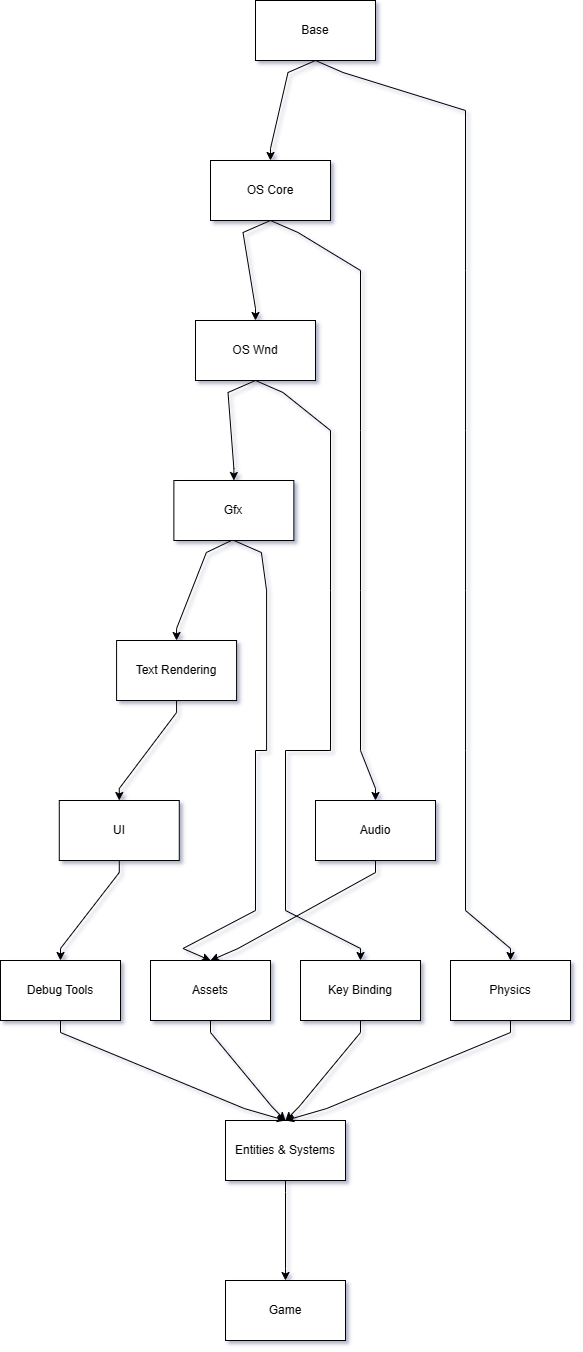
The draw.io diagram game_layers_1.png in Condzi/hi, before a commit. Source tidied: cells renumbered, new cells last; positions are measured from the earlier drawing's top-left corner, leaving out a move shared by most shapes.
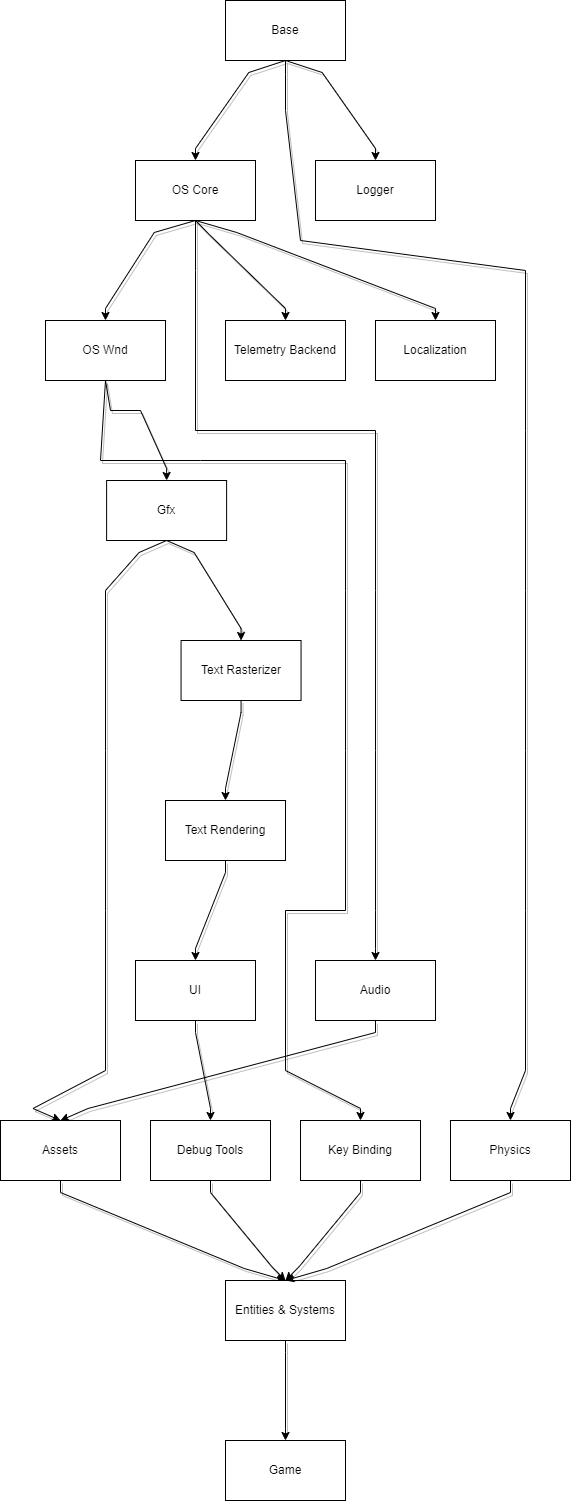
After the commit.

The edit, as a diff of the source:
```diff
@@ -2,198 +2,251 @@
   <root>
     <mxCell id="0" />
     <mxCell id="1" parent="0" />
-    <mxCell id="2" style="edgeStyle=orthogonalEdgeStyle;rounded=0;jettySize=auto;html=1;exitX=0.5;exitY=1;exitDx=0;exitDy=0;entryX=0.5;entryY=0;entryDx=0;entryDy=0;noEdgeStyle=1;orthogonal=1;" parent="1" edge="1" source="4" target="7">
+    <mxCell id="2" style="edgeStyle=orthogonalEdgeStyle;rounded=0;jettySize=auto;html=1;exitX=0.5;exitY=1;exitDx=0;exitDy=0;entryX=0.5;entryY=0;entryDx=0;entryDy=0;orthogonal=1;shadow=1;noEdgeStyle=1;" parent="1" edge="1" source="4" target="7">
       <mxGeometry relative="1" as="geometry">
         <Array as="points">
-          <mxPoint x="287.5" y="72" />
-          <mxPoint x="270" y="148" />
+          <mxPoint x="248.3" y="72" />
+          <mxPoint x="195" y="148" />
         </Array>
       </mxGeometry>
     </mxCell>
-    <mxCell id="3" style="edgeStyle=orthogonalEdgeStyle;rounded=0;jettySize=auto;html=1;exitX=0.5;exitY=1;exitDx=0;exitDy=0;entryX=0.5;entryY=0;entryDx=0;entryDy=0;noEdgeStyle=1;orthogonal=1;" parent="1" edge="1" source="4" target="23">
+    <mxCell id="3" style="edgeStyle=orthogonalEdgeStyle;rounded=0;jettySize=auto;html=1;exitX=0.5;exitY=1;exitDx=0;exitDy=0;entryX=0.5;entryY=0;entryDx=0;entryDy=0;orthogonal=1;shadow=1;noEdgeStyle=1;" parent="1" edge="1" source="4" target="23">
       <mxGeometry relative="1" as="geometry">
         <Array as="points">
-          <mxPoint x="342.5" y="72" />
-          <mxPoint x="465" y="110" />
-          <mxPoint x="465" y="270" />
-          <mxPoint x="465" y="270" />
-          <mxPoint x="465" y="430" />
-          <mxPoint x="465" y="430" />
-          <mxPoint x="465" y="590" />
-          <mxPoint x="465" y="590" />
-          <mxPoint x="465" y="750" />
-          <mxPoint x="465" y="750" />
-          <mxPoint x="465" y="910" />
-          <mxPoint x="510" y="948" />
+          <mxPoint x="285" y="74" />
+          <mxPoint x="285" y="110" />
+          <mxPoint x="300" y="240" />
+          <mxPoint x="525" y="270" />
+          <mxPoint x="525" y="430" />
+          <mxPoint x="525" y="430" />
+          <mxPoint x="525" y="590" />
+          <mxPoint x="525" y="590" />
+          <mxPoint x="525" y="750" />
+          <mxPoint x="525" y="750" />
+          <mxPoint x="525" y="910" />
+          <mxPoint x="525" y="910" />
+          <mxPoint x="525" y="1070" />
+          <mxPoint x="510" y="1108" />
         </Array>
       </mxGeometry>
     </mxCell>
+    <mxCell id="31" style="edgeStyle=orthogonalEdgeStyle;rounded=0;jettySize=auto;html=1;exitX=0.5;exitY=1;exitDx=0;exitDy=0;entryX=0.5;entryY=0;entryDx=0;entryDy=0;shadow=1;orthogonal=1;noEdgeStyle=1;" parent="1" edge="1" source="4" target="38">
+      <mxGeometry relative="1" as="geometry">
+        <Array as="points">
+          <mxPoint x="321.7" y="72" />
+          <mxPoint x="375" y="148" />
+        </Array>
+      </mxGeometry>
+    </mxCell>
     <mxCell id="4" value="Base" style="rounded=0;whiteSpace=wrap;html=1;" parent="1" vertex="1">
-      <mxGeometry x="255" width="120" height="60" as="geometry" />
+      <mxGeometry x="225" width="120" height="60" as="geometry" />
     </mxCell>
-    <mxCell id="5" style="edgeStyle=orthogonalEdgeStyle;rounded=0;jettySize=auto;html=1;exitX=0.5;exitY=1;exitDx=0;exitDy=0;entryX=0.5;entryY=0;entryDx=0;entryDy=0;noEdgeStyle=1;orthogonal=1;" parent="1" edge="1" source="7" target="10">
+    <mxCell id="5" style="edgeStyle=orthogonalEdgeStyle;rounded=0;jettySize=auto;html=1;exitX=0.5;exitY=1;exitDx=0;exitDy=0;entryX=0.5;entryY=0;entryDx=0;entryDy=0;orthogonal=1;shadow=1;noEdgeStyle=1;" parent="1" edge="1" source="7" target="10">
       <mxGeometry relative="1" as="geometry">
         <Array as="points">
-          <mxPoint x="242.5" y="232" />
-          <mxPoint x="255" y="308" />
+          <mxPoint x="153.8" y="232" />
+          <mxPoint x="105" y="308" />
         </Array>
       </mxGeometry>
     </mxCell>
-    <mxCell id="6" style="edgeStyle=orthogonalEdgeStyle;rounded=0;jettySize=auto;html=1;exitX=0.5;exitY=1;exitDx=0;exitDy=0;entryX=0.5;entryY=0;entryDx=0;entryDy=0;noEdgeStyle=1;orthogonal=1;" parent="1" edge="1" source="7" target="17">
+    <mxCell id="6" style="edgeStyle=orthogonalEdgeStyle;rounded=0;jettySize=auto;html=1;exitX=0.5;exitY=1;exitDx=0;exitDy=0;entryX=0.5;entryY=0;entryDx=0;entryDy=0;orthogonal=1;shadow=1;noEdgeStyle=1;" parent="1" edge="1" source="7" target="17">
       <mxGeometry relative="1" as="geometry">
         <Array as="points">
-          <mxPoint x="297.5" y="232" />
-          <mxPoint x="360" y="270" />
-          <mxPoint x="360" y="430" />
-          <mxPoint x="360" y="430" />
-          <mxPoint x="360" y="590" />
-          <mxPoint x="360" y="590" />
-          <mxPoint x="360" y="750" />
-          <mxPoint x="375" y="788" />
+          <mxPoint x="195" y="270" />
+          <mxPoint x="195" y="430" />
+          <mxPoint x="375" y="430" />
+          <mxPoint x="375" y="590" />
+          <mxPoint x="375" y="590" />
+          <mxPoint x="375" y="750" />
+          <mxPoint x="375" y="750" />
+          <mxPoint x="375" y="910" />
+          <mxPoint x="375" y="948" />
         </Array>
       </mxGeometry>
     </mxCell>
+    <mxCell id="32" style="edgeStyle=orthogonalEdgeStyle;rounded=0;jettySize=auto;html=1;exitX=0.5;exitY=1;exitDx=0;exitDy=0;entryX=0.5;entryY=0;entryDx=0;entryDy=0;shadow=1;orthogonal=1;noEdgeStyle=1;" parent="1" edge="1" source="7" target="35">
+      <mxGeometry relative="1" as="geometry">
+        <Array as="points">
+          <mxPoint x="208.8" y="234" />
+          <mxPoint x="285" y="308" />
+        </Array>
+      </mxGeometry>
+    </mxCell>
+    <mxCell id="33" style="edgeStyle=orthogonalEdgeStyle;rounded=0;jettySize=auto;html=1;exitX=0.5;exitY=1;exitDx=0;exitDy=0;entryX=0.5;entryY=0;entryDx=0;entryDy=0;shadow=1;orthogonal=1;noEdgeStyle=1;" parent="1" edge="1" source="7" target="39">
+      <mxGeometry relative="1" as="geometry">
+        <Array as="points">
+          <mxPoint x="236.2" y="232" />
+          <mxPoint x="435" y="308" />
+        </Array>
+      </mxGeometry>
+    </mxCell>
     <mxCell id="7" value="OS Core" style="rounded=0;whiteSpace=wrap;html=1;" parent="1" vertex="1">
-      <mxGeometry x="210" y="160" width="120" height="60" as="geometry" />
+      <mxGeometry x="135" y="160" width="120" height="60" as="geometry" />
     </mxCell>
-    <mxCell id="8" style="edgeStyle=orthogonalEdgeStyle;rounded=0;jettySize=auto;html=1;exitX=0.5;exitY=1;exitDx=0;exitDy=0;noEdgeStyle=1;orthogonal=1;" parent="1" edge="1" source="10" target="13">
+    <mxCell id="8" style="edgeStyle=orthogonalEdgeStyle;rounded=0;jettySize=auto;html=1;exitX=0.5;exitY=1;exitDx=0;exitDy=0;orthogonal=1;shadow=1;noEdgeStyle=1;" parent="1" edge="1" source="10" target="13">
       <mxGeometry relative="1" as="geometry">
         <Array as="points">
-          <mxPoint x="227.5" y="392" />
-          <mxPoint x="233.4" y="468" />
+          <mxPoint x="110" y="410" />
+          <mxPoint x="140" y="410" />
+          <mxPoint x="166.1" y="468" />
         </Array>
       </mxGeometry>
     </mxCell>
-    <mxCell id="9" style="edgeStyle=orthogonalEdgeStyle;rounded=0;jettySize=auto;html=1;exitX=0.5;exitY=1;exitDx=0;exitDy=0;entryX=0.5;entryY=0;entryDx=0;entryDy=0;noEdgeStyle=1;orthogonal=1;" parent="1" edge="1" source="10" target="19">
+    <mxCell id="9" style="edgeStyle=orthogonalEdgeStyle;rounded=0;jettySize=auto;html=1;exitX=0.5;exitY=1;exitDx=0;exitDy=0;entryX=0.5;entryY=0;entryDx=0;entryDy=0;orthogonal=1;shadow=1;noEdgeStyle=1;" parent="1" edge="1" source="10" target="19">
       <mxGeometry relative="1" as="geometry">
         <Array as="points">
-          <mxPoint x="282.5" y="392" />
-          <mxPoint x="330" y="430" />
-          <mxPoint x="330" y="590" />
-          <mxPoint x="330" y="590" />
-          <mxPoint x="330" y="750" />
-          <mxPoint x="285" y="750" />
+          <mxPoint x="100" y="460" />
+          <mxPoint x="200" y="460" />
+          <mxPoint x="345" y="460" />
+          <mxPoint x="345" y="590" />
+          <mxPoint x="345" y="590" />
+          <mxPoint x="345" y="750" />
+          <mxPoint x="345" y="750" />
+          <mxPoint x="345" y="910" />
           <mxPoint x="285" y="910" />
-          <mxPoint x="360" y="948" />
+          <mxPoint x="285" y="1070" />
+          <mxPoint x="360" y="1108" />
         </Array>
       </mxGeometry>
     </mxCell>
     <mxCell id="10" value="OS Wnd" style="rounded=0;whiteSpace=wrap;html=1;" parent="1" vertex="1">
-      <mxGeometry x="195" y="320" width="120" height="60" as="geometry" />
+      <mxGeometry x="45" y="320" width="120" height="60" as="geometry" />
     </mxCell>
-    <mxCell id="11" style="edgeStyle=orthogonalEdgeStyle;rounded=0;jettySize=auto;html=1;exitX=1;exitY=0.5;exitDx=0;exitDy=0;entryX=0.5;entryY=0;entryDx=0;entryDy=0;noEdgeStyle=1;orthogonal=1;" parent="1" edge="1" source="13" target="29">
-      <mxGeometry relative="1" as="geometry">
-        <Array as="points">
-          <mxPoint x="205.9" y="552" />
-          <mxPoint x="176.1" y="628" />
-        </Array>
-      </mxGeometry>
-    </mxCell>
-    <mxCell id="12" style="edgeStyle=orthogonalEdgeStyle;rounded=0;jettySize=auto;html=1;exitX=0.5;exitY=1;exitDx=0;exitDy=0;entryX=0.5;entryY=0;entryDx=0;entryDy=0;noEdgeStyle=1;orthogonal=1;" parent="1" edge="1" source="13" target="15">
+    <mxCell id="12" style="edgeStyle=orthogonalEdgeStyle;rounded=0;jettySize=auto;html=1;exitX=0.5;exitY=1;exitDx=0;exitDy=0;entryX=0.5;entryY=0;entryDx=0;entryDy=0;orthogonal=1;shadow=1;noEdgeStyle=1;" parent="1" edge="1" source="13" target="15">
       <mxGeometry relative="1" as="geometry">
         <Array as="points">
-          <mxPoint x="260.9" y="552" />
-          <mxPoint x="266.1" y="590" />
-          <mxPoint x="266.1" y="750" />
-          <mxPoint x="255" y="750" />
-          <mxPoint x="255" y="910" />
-          <mxPoint x="182.5" y="948" />
+          <mxPoint x="138.6" y="552" />
+          <mxPoint x="105" y="590" />
+          <mxPoint x="105" y="750" />
+          <mxPoint x="105" y="750" />
+          <mxPoint x="105" y="910" />
+          <mxPoint x="105" y="910" />
+          <mxPoint x="105" y="1070" />
+          <mxPoint x="32.5" y="1108" />
         </Array>
       </mxGeometry>
     </mxCell>
+    <mxCell id="34" style="edgeStyle=orthogonalEdgeStyle;rounded=0;jettySize=auto;html=1;exitX=0.5;exitY=1;exitDx=0;exitDy=0;entryX=0.5;entryY=0;entryDx=0;entryDy=0;shadow=1;orthogonal=1;noEdgeStyle=1;" parent="1" edge="1" source="13" target="37">
+      <mxGeometry relative="1" as="geometry">
+        <Array as="points">
+          <mxPoint x="193.6" y="552" />
+          <mxPoint x="240.6" y="628" />
+        </Array>
+      </mxGeometry>
+    </mxCell>
     <mxCell id="13" value="Gfx" style="rounded=0;whiteSpace=wrap;html=1;" parent="1" vertex="1">
-      <mxGeometry x="173.4" y="480" width="120" height="60" as="geometry" />
+      <mxGeometry x="106.1" y="480" width="120" height="60" as="geometry" />
     </mxCell>
-    <mxCell id="14" style="edgeStyle=orthogonalEdgeStyle;rounded=0;jettySize=auto;html=1;exitX=0.5;exitY=1;exitDx=0;exitDy=0;entryX=0.5;entryY=0;entryDx=0;entryDy=0;noEdgeStyle=1;orthogonal=1;" parent="1" edge="1" source="15" target="21">
+    <mxCell id="14" style="edgeStyle=orthogonalEdgeStyle;rounded=0;jettySize=auto;html=1;exitX=0.5;exitY=1;exitDx=0;exitDy=0;entryX=0.5;entryY=0;entryDx=0;entryDy=0;orthogonal=1;shadow=1;noEdgeStyle=1;" parent="1" edge="1" source="15" target="21">
       <mxGeometry relative="1" as="geometry">
         <Array as="points">
-          <mxPoint x="210" y="1032" />
-          <mxPoint x="271.2" y="1106" />
+          <mxPoint x="60" y="1192" />
+          <mxPoint x="243.8" y="1268" />
         </Array>
       </mxGeometry>
     </mxCell>
     <mxCell id="15" value="Assets" style="rounded=0;whiteSpace=wrap;html=1;" parent="1" vertex="1">
-      <mxGeometry x="150" y="960" width="120" height="60" as="geometry" />
+      <mxGeometry y="1120" width="120" height="60" as="geometry" />
     </mxCell>
-    <mxCell id="16" style="edgeStyle=orthogonalEdgeStyle;rounded=0;jettySize=auto;html=1;exitX=0.5;exitY=1;exitDx=0;exitDy=0;entryX=0.5;entryY=0;entryDx=0;entryDy=0;noEdgeStyle=1;orthogonal=1;" parent="1" edge="1" source="17" target="15">
+    <mxCell id="16" style="edgeStyle=orthogonalEdgeStyle;rounded=0;jettySize=auto;html=1;exitX=0.5;exitY=1;exitDx=0;exitDy=0;entryX=0.5;entryY=0;entryDx=0;entryDy=0;orthogonal=1;shadow=1;noEdgeStyle=1;" parent="1" edge="1" source="17" target="15">
       <mxGeometry relative="1" as="geometry">
         <Array as="points">
-          <mxPoint x="375" y="872" />
-          <mxPoint x="237.5" y="948" />
+          <mxPoint x="375" y="1032" />
+          <mxPoint x="87.5" y="1108" />
         </Array>
       </mxGeometry>
     </mxCell>
     <mxCell id="17" value="Audio" style="rounded=0;whiteSpace=wrap;html=1;" parent="1" vertex="1">
-      <mxGeometry x="315" y="800" width="120" height="60" as="geometry" />
+      <mxGeometry x="315" y="960" width="120" height="60" as="geometry" />
     </mxCell>
-    <mxCell id="18" style="edgeStyle=orthogonalEdgeStyle;rounded=0;jettySize=auto;html=1;exitX=0.5;exitY=1;exitDx=0;exitDy=0;entryX=0.5;entryY=0;entryDx=0;entryDy=0;noEdgeStyle=1;orthogonal=1;" parent="1" edge="1" source="19" target="21">
+    <mxCell id="18" style="edgeStyle=orthogonalEdgeStyle;rounded=0;jettySize=auto;html=1;exitX=0.5;exitY=1;exitDx=0;exitDy=0;entryX=0.5;entryY=0;entryDx=0;entryDy=0;orthogonal=1;shadow=1;noEdgeStyle=1;" parent="1" edge="1" source="19" target="21">
       <mxGeometry relative="1" as="geometry">
         <Array as="points">
-          <mxPoint x="360" y="1032" />
-          <mxPoint x="298.8" y="1106" />
+          <mxPoint x="360" y="1192" />
+          <mxPoint x="298.8" y="1266" />
         </Array>
       </mxGeometry>
     </mxCell>
     <mxCell id="19" value="Key Binding" style="rounded=0;whiteSpace=wrap;html=1;" parent="1" vertex="1">
-      <mxGeometry x="300" y="960" width="120" height="60" as="geometry" />
+      <mxGeometry x="300" y="1120" width="120" height="60" as="geometry" />
     </mxCell>
-    <mxCell id="20" style="edgeStyle=orthogonalEdgeStyle;rounded=0;jettySize=auto;html=1;exitX=0.5;exitY=1;exitDx=0;exitDy=0;entryX=0.5;entryY=0;entryDx=0;entryDy=0;noEdgeStyle=1;orthogonal=1;" parent="1" edge="1" source="21" target="30">
+    <mxCell id="20" style="edgeStyle=orthogonalEdgeStyle;rounded=0;jettySize=auto;html=1;exitX=0.5;exitY=1;exitDx=0;exitDy=0;entryX=0.5;entryY=0;entryDx=0;entryDy=0;orthogonal=1;shadow=1;noEdgeStyle=1;" parent="1" edge="1" source="21" target="30">
       <mxGeometry relative="1" as="geometry">
         <Array as="points">
-          <mxPoint x="285" y="1192" />
-          <mxPoint x="285" y="1268" />
+          <mxPoint x="285" y="1352" />
+          <mxPoint x="285" y="1428" />
         </Array>
       </mxGeometry>
     </mxCell>
     <mxCell id="21" value="Entities &amp;amp; Systems" style="rounded=0;whiteSpace=wrap;html=1;" parent="1" vertex="1">
-      <mxGeometry x="225" y="1120" width="120" height="60" as="geometry" />
+      <mxGeometry x="225" y="1280" width="120" height="60" as="geometry" />
     </mxCell>
-    <mxCell id="22" style="edgeStyle=orthogonalEdgeStyle;rounded=0;jettySize=auto;html=1;exitX=0.5;exitY=1;exitDx=0;exitDy=0;entryX=0.5;entryY=0;entryDx=0;entryDy=0;noEdgeStyle=1;orthogonal=1;" parent="1" edge="1" source="23" target="21">
+    <mxCell id="22" style="edgeStyle=orthogonalEdgeStyle;rounded=0;jettySize=auto;html=1;exitX=0.5;exitY=1;exitDx=0;exitDy=0;entryX=0.5;entryY=0;entryDx=0;entryDy=0;orthogonal=1;shadow=1;noEdgeStyle=1;" parent="1" edge="1" source="23" target="21">
       <mxGeometry relative="1" as="geometry">
         <Array as="points">
-          <mxPoint x="510" y="1032" />
-          <mxPoint x="326.2" y="1108" />
+          <mxPoint x="510" y="1192" />
+          <mxPoint x="326.2" y="1268" />
         </Array>
       </mxGeometry>
     </mxCell>
     <mxCell id="23" value="Physics" style="rounded=0;whiteSpace=wrap;html=1;" parent="1" vertex="1">
-      <mxGeometry x="450" y="960" width="120" height="60" as="geometry" />
+      <mxGeometry x="450" y="1120" width="120" height="60" as="geometry" />
     </mxCell>
-    <mxCell id="24" style="edgeStyle=orthogonalEdgeStyle;rounded=0;jettySize=auto;html=1;exitX=0.5;exitY=1;exitDx=0;exitDy=0;entryX=0.5;entryY=0;entryDx=0;entryDy=0;noEdgeStyle=1;orthogonal=1;" parent="1" edge="1" source="25" target="27">
+    <mxCell id="24" style="edgeStyle=orthogonalEdgeStyle;rounded=0;jettySize=auto;html=1;exitX=0.5;exitY=1;exitDx=0;exitDy=0;entryX=0.5;entryY=0;entryDx=0;entryDy=0;orthogonal=1;shadow=1;noEdgeStyle=1;" parent="1" edge="1" source="25" target="27">
       <mxGeometry relative="1" as="geometry">
         <Array as="points">
-          <mxPoint x="118.8" y="872" />
-          <mxPoint x="60" y="948" />
+          <mxPoint x="195" y="1032" />
+          <mxPoint x="210" y="1108" />
         </Array>
       </mxGeometry>
     </mxCell>
     <mxCell id="25" value="UI" style="rounded=0;whiteSpace=wrap;html=1;" parent="1" vertex="1">
-      <mxGeometry x="58.8" y="800" width="120" height="60" as="geometry" />
+      <mxGeometry x="135" y="960" width="120" height="60" as="geometry" />
     </mxCell>
-    <mxCell id="26" style="edgeStyle=orthogonalEdgeStyle;rounded=0;jettySize=auto;html=1;exitX=0.5;exitY=1;exitDx=0;exitDy=0;entryX=0.5;entryY=0;entryDx=0;entryDy=0;noEdgeStyle=1;orthogonal=1;" parent="1" edge="1" source="27" target="21">
+    <mxCell id="26" style="edgeStyle=orthogonalEdgeStyle;rounded=0;jettySize=auto;html=1;exitX=0.5;exitY=1;exitDx=0;exitDy=0;entryX=0.5;entryY=0;entryDx=0;entryDy=0;orthogonal=1;shadow=1;noEdgeStyle=1;" parent="1" edge="1" source="27" target="21">
       <mxGeometry relative="1" as="geometry">
         <Array as="points">
-          <mxPoint x="60" y="1032" />
-          <mxPoint x="243.8" y="1108" />
+          <mxPoint x="210" y="1192" />
+          <mxPoint x="271.2" y="1266" />
         </Array>
       </mxGeometry>
     </mxCell>
     <mxCell id="27" value="Debug Tools" style="rounded=0;whiteSpace=wrap;html=1;" parent="1" vertex="1">
-      <mxGeometry y="960" width="120" height="60" as="geometry" />
+      <mxGeometry x="150" y="1120" width="120" height="60" as="geometry" />
     </mxCell>
-    <mxCell id="28" style="edgeStyle=orthogonalEdgeStyle;rounded=0;jettySize=auto;html=1;exitX=0.5;exitY=1;exitDx=0;exitDy=0;entryX=0.5;entryY=0;entryDx=0;entryDy=0;noEdgeStyle=1;orthogonal=1;" parent="1" edge="1" source="29" target="25">
+    <mxCell id="28" style="edgeStyle=orthogonalEdgeStyle;rounded=0;jettySize=auto;html=1;exitX=0.5;exitY=1;exitDx=0;exitDy=0;entryX=0.5;entryY=0;entryDx=0;entryDy=0;orthogonal=1;shadow=1;noEdgeStyle=1;" parent="1" edge="1" source="29" target="25">
       <mxGeometry relative="1" as="geometry">
         <Array as="points">
-          <mxPoint x="176.1" y="712" />
-          <mxPoint x="118.8" y="788" />
+          <mxPoint x="225" y="872" />
+          <mxPoint x="195" y="948" />
         </Array>
       </mxGeometry>
     </mxCell>
     <mxCell id="29" value="Text Rendering" style="rounded=0;whiteSpace=wrap;html=1;" parent="1" vertex="1">
-      <mxGeometry x="116.1" y="640" width="120" height="60" as="geometry" />
+      <mxGeometry x="165" y="800" width="120" height="60" as="geometry" />
     </mxCell>
     <mxCell id="30" value="Game" style="rounded=0;whiteSpace=wrap;html=1;" parent="1" vertex="1">
-      <mxGeometry x="225" y="1280" width="120" height="60" as="geometry" />
+      <mxGeometry x="225" y="1440" width="120" height="60" as="geometry" />
     </mxCell>
+    <mxCell id="35" value="Telemetry Backend" style="rounded=0;whiteSpace=wrap;html=1;" parent="1" vertex="1">
+      <mxGeometry x="225" y="320" width="120" height="60" as="geometry" />
+    </mxCell>
+    <mxCell id="36" style="edgeStyle=orthogonalEdgeStyle;rounded=0;jettySize=auto;html=1;exitX=0.5;exitY=1;exitDx=0;exitDy=0;shadow=1;orthogonal=1;noEdgeStyle=1;" parent="1" edge="1" source="37" target="29">
+      <mxGeometry relative="1" as="geometry">
+        <Array as="points">
+          <mxPoint x="240.6" y="712" />
+          <mxPoint x="225" y="788" />
+        </Array>
+      </mxGeometry>
+    </mxCell>
+    <mxCell id="37" value="Text Rasterizer" style="rounded=0;whiteSpace=wrap;html=1;" parent="1" vertex="1">
+      <mxGeometry x="180.6" y="640" width="120" height="60" as="geometry" />
+    </mxCell>
+    <mxCell id="38" value="Logger" style="rounded=0;whiteSpace=wrap;html=1;" parent="1" vertex="1">
+      <mxGeometry x="315" y="160" width="120" height="60" as="geometry" />
+    </mxCell>
+    <mxCell id="39" value="Localization" style="rounded=0;whiteSpace=wrap;html=1;" parent="1" vertex="1">
+      <mxGeometry x="375" y="320" width="120" height="60" as="geometry" />
+    </mxCell>
   </root>
 </mxGraphModel>
```
